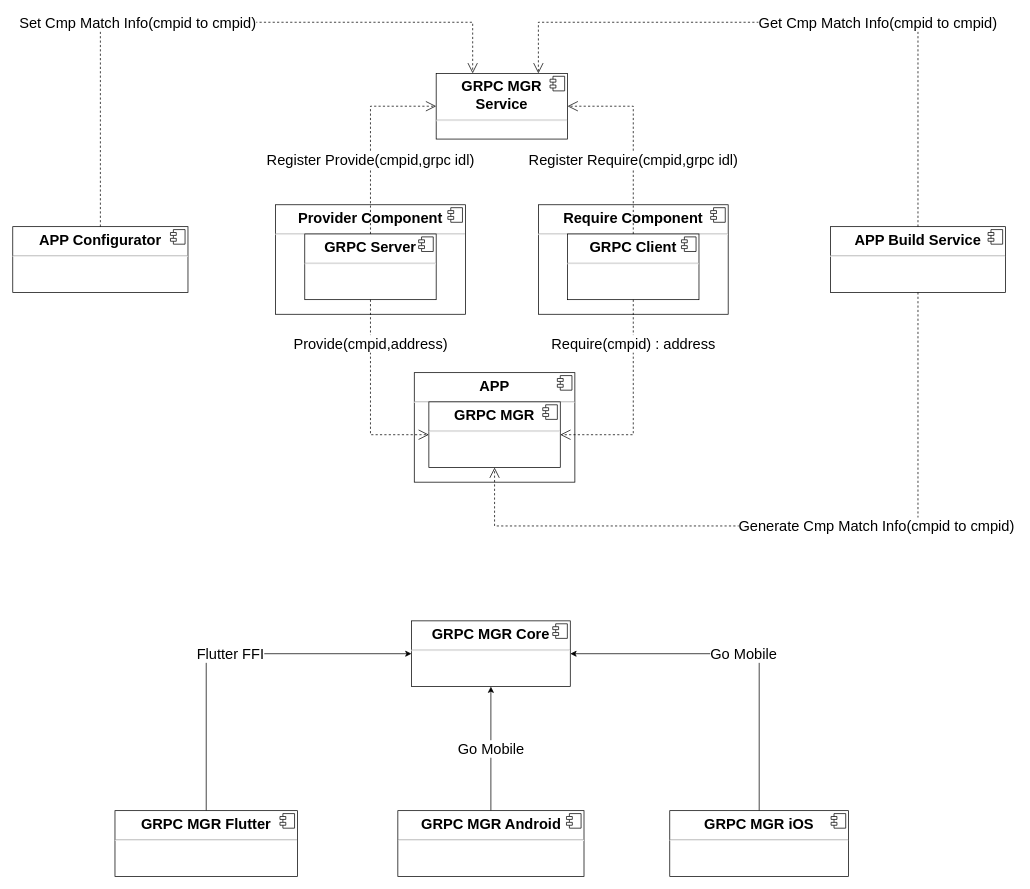
The draw.io diagram page "GRPC 解耦方案设计" (25 of 25) of nd-apf.drawio in kwhitestone/drawio, before the edit. Source tidied: cells renumbered, new cells numbered last; positions are measured from the earlier drawing's top-left corner, leaving out a move shared by most shapes. Both pictures are drawn from the tidied source at 73%, with x=0, y=0 at pixel (12, 22).
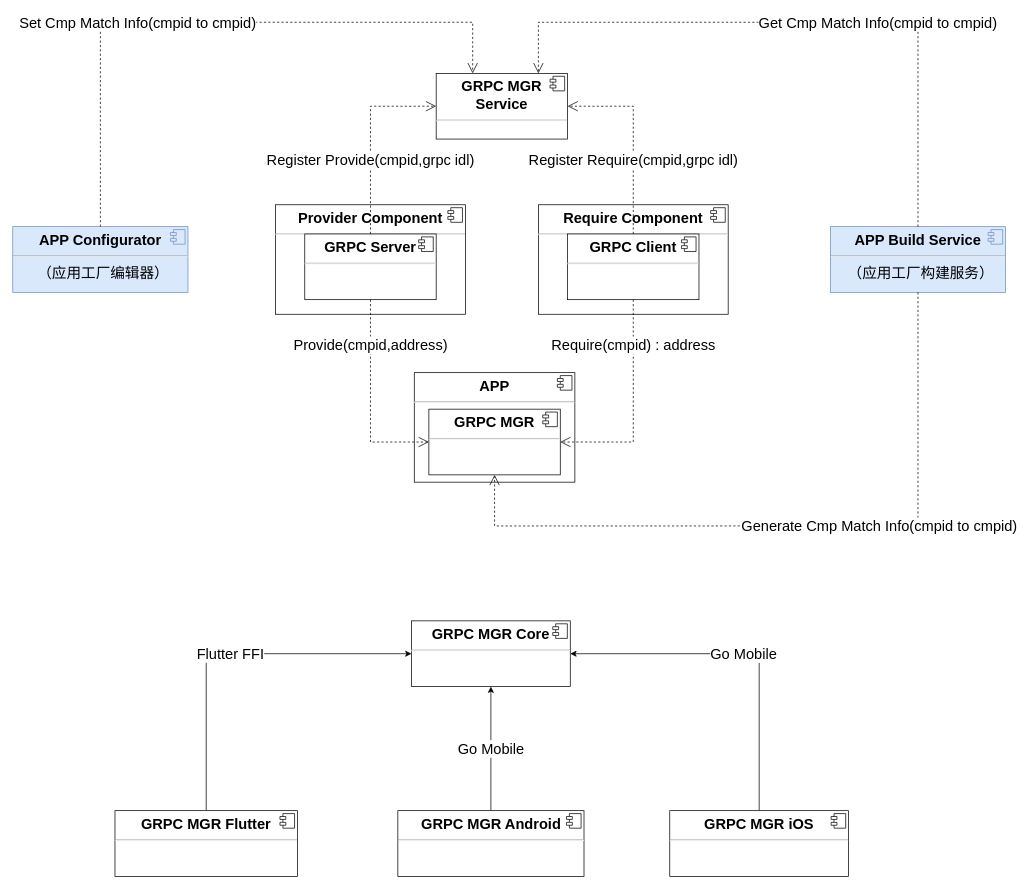
The same diagram, later.

What changed in the source:
```diff
@@
     <mxCell id="12" value="&lt;p style=&quot;margin: 6px 0px 0px; text-align: center; font-size: 20px;&quot;&gt;&lt;b style=&quot;font-size: 20px;&quot;&gt;GRPC MGR&lt;/b&gt;&lt;/p&gt;&lt;hr style=&quot;font-size: 20px;&quot;&gt;&lt;p style=&quot;margin: 0px 0px 0px 8px; font-size: 20px;&quot;&gt;&lt;br style=&quot;font-size: 20px;&quot;&gt;&lt;/p&gt;" style="align=left;overflow=fill;html=1;whiteSpace=wrap;fontSize=20;" parent="1" vertex="1">
-      <mxGeometry x="570" y="520" width="180" height="90" as="geometry" />
+      <mxGeometry x="570" y="530" width="180" height="90" as="geometry" />
     </mxCell>
@@
-    <mxCell id="20" value="&lt;p style=&quot;margin: 6px 0px 0px; text-align: center; font-size: 20px;&quot;&gt;&lt;b style=&quot;font-size: 20px;&quot;&gt;APP Build Service&lt;/b&gt;&lt;/p&gt;&lt;hr style=&quot;font-size: 20px;&quot;&gt;&lt;p style=&quot;margin: 0px 0px 0px 8px; font-size: 20px;&quot;&gt;&lt;br style=&quot;font-size: 20px;&quot;&gt;&lt;/p&gt;" style="align=left;overflow=fill;html=1;whiteSpace=wrap;fontSize=20;" parent="1" vertex="1">
+    <mxCell id="20" value="&lt;p style=&quot;margin: 6px 0px 0px; text-align: center; font-size: 20px;&quot;&gt;&lt;b style=&quot;font-size: 20px;&quot;&gt;APP Build Service&lt;/b&gt;&lt;/p&gt;&lt;hr style=&quot;font-size: 20px;&quot;&gt;&lt;p style=&quot;text-align: center; margin: 0px 0px 0px 8px; font-size: 20px;&quot;&gt;（应用工厂构建服务）&lt;/p&gt;" style="align=left;overflow=fill;html=1;whiteSpace=wrap;fontSize=20;fillColor=#dae8fc;strokeColor=#6c8ebf;" parent="1" vertex="1">
       <mxGeometry x="1120" y="280" width="240" height="90" as="geometry" />
     </mxCell>
-    <mxCell id="21" style="shape=component;jettyWidth=8;jettyHeight=4;fontSize=20;" parent="20" vertex="1">
+    <mxCell id="21" style="shape=component;jettyWidth=8;jettyHeight=4;fontSize=20;fillColor=#dae8fc;strokeColor=#6c8ebf;" parent="20" vertex="1">
       <mxGeometry x="1" width="20" height="20" relative="1" as="geometry">
         <mxPoint x="-24" y="4" as="offset" />
       </mxGeometry>
     </mxCell>
@@
-    <mxCell id="23" value="&lt;p style=&quot;margin: 6px 0px 0px; text-align: center; font-size: 20px;&quot;&gt;&lt;b style=&quot;font-size: 20px;&quot;&gt;APP Configurator&lt;/b&gt;&lt;/p&gt;&lt;hr style=&quot;font-size: 20px;&quot;&gt;&lt;p style=&quot;margin: 0px 0px 0px 8px; font-size: 20px;&quot;&gt;&lt;br style=&quot;font-size: 20px;&quot;&gt;&lt;/p&gt;" style="align=left;overflow=fill;html=1;whiteSpace=wrap;fontSize=20;" parent="1" vertex="1">
+    <mxCell id="23" value="&lt;p style=&quot;margin: 6px 0px 0px; text-align: center; font-size: 20px;&quot;&gt;&lt;b style=&quot;font-size: 20px;&quot;&gt;APP Configurator&lt;/b&gt;&lt;/p&gt;&lt;hr style=&quot;font-size: 20px;&quot;&gt;&lt;p style=&quot;text-align: center; margin: 0px 0px 0px 8px; font-size: 20px;&quot;&gt;（应用工厂编辑器）&lt;/p&gt;" style="align=left;overflow=fill;html=1;whiteSpace=wrap;fontSize=20;fillColor=#dae8fc;strokeColor=#6c8ebf;" parent="1" vertex="1">
       <mxGeometry y="280" width="240" height="90" as="geometry" />
     </mxCell>
-    <mxCell id="24" style="shape=component;jettyWidth=8;jettyHeight=4;fontSize=20;" parent="23" vertex="1">
+    <mxCell id="24" style="shape=component;jettyWidth=8;jettyHeight=4;fontSize=20;fillColor=#dae8fc;strokeColor=#6c8ebf;" parent="23" vertex="1">
       <mxGeometry x="1" width="20" height="20" relative="1" as="geometry">
         <mxPoint x="-24" y="4" as="offset" />
       </mxGeometry>
     </mxCell>
```
